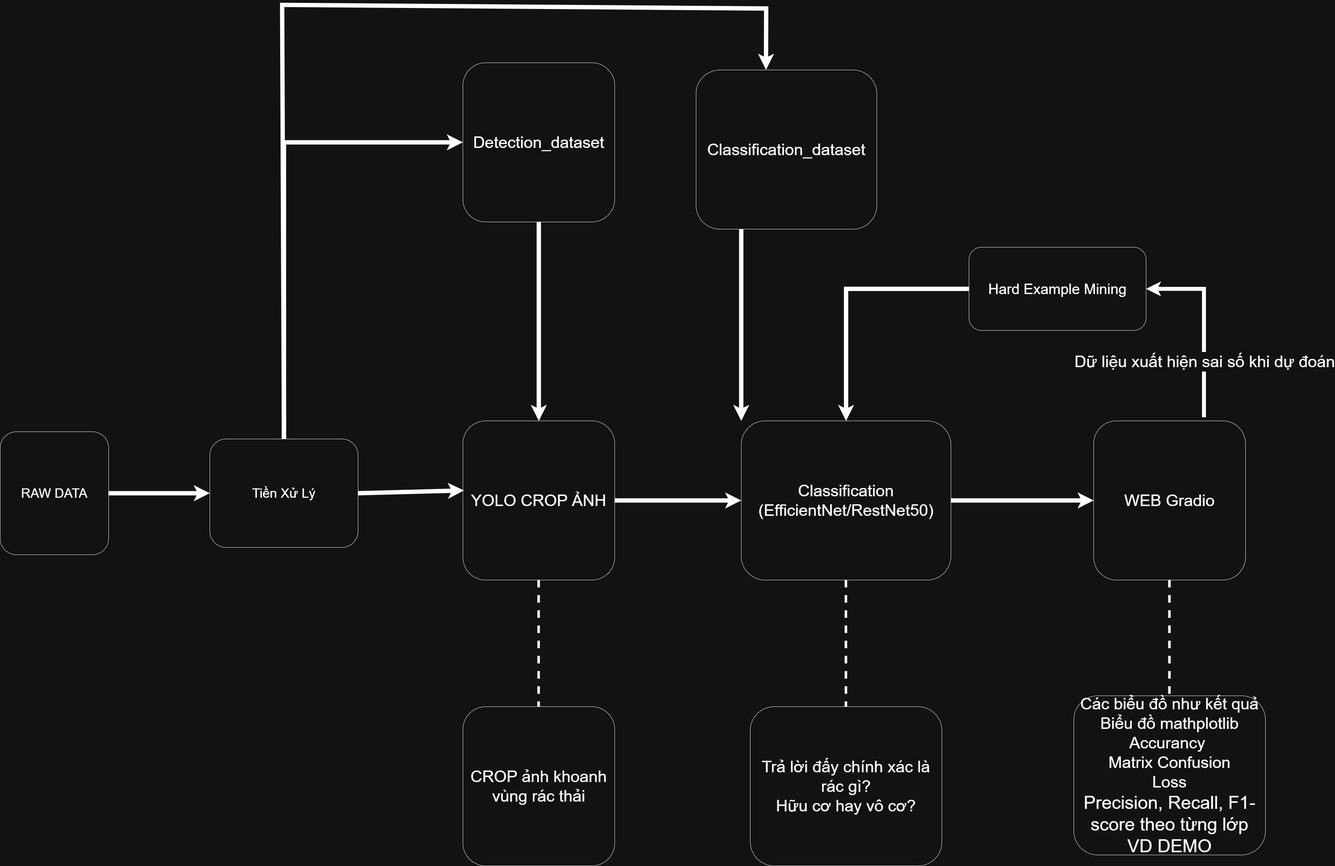
The draw.io diagram assets/pipeline_overview.png in Vassy63/Waste-classification-n-detection-2526, before a commit. Source tidied: cells renumbered, new cells last; positions are measured from the earlier drawing's top-left corner, leaving out a move shared by most shapes.
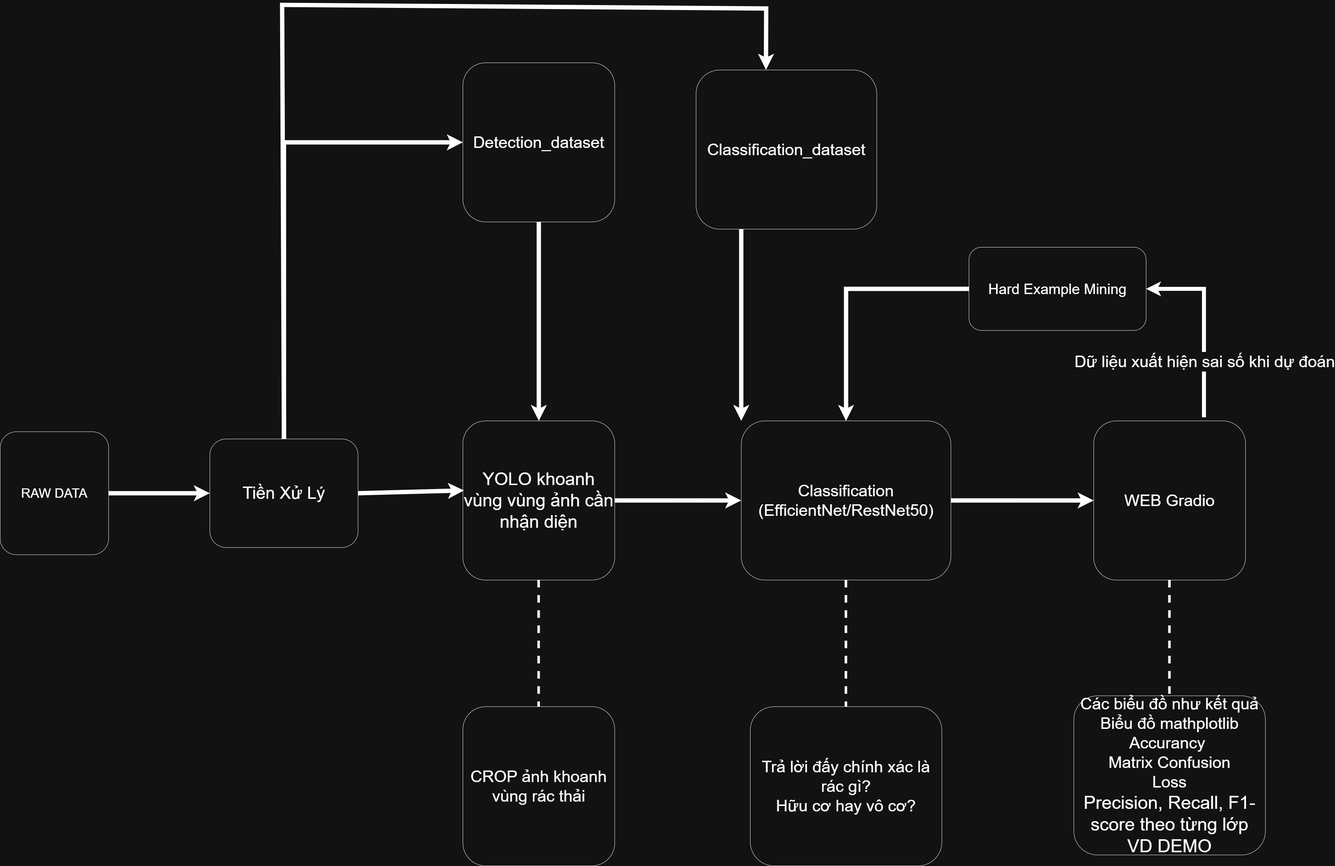
After the commit.

Change to the diagram source:
```diff
@@ -5,10 +5,10 @@
     <mxCell id="2" value="&lt;font style=&quot;font-size: 36px;&quot;&gt;RAW DATA&lt;/font&gt;" style="rounded=1;whiteSpace=wrap;html=1;" parent="1" vertex="1">
       <mxGeometry y="1180" width="300" height="340" as="geometry" />
     </mxCell>
-    <mxCell id="3" value="&lt;font style=&quot;font-size: 36px;&quot;&gt;Tiền Xử Lý&lt;/font&gt;" style="rounded=1;whiteSpace=wrap;html=1;" parent="1" vertex="1">
+    <mxCell id="3" value="&lt;font style=&quot;font-size: 47px;&quot;&gt;Tiền Xử Lý&lt;/font&gt;" style="rounded=1;whiteSpace=wrap;html=1;" parent="1" vertex="1">
       <mxGeometry x="580" y="1200" width="410" height="300" as="geometry" />
     </mxCell>
-    <mxCell id="4" value="&lt;font style=&quot;font-size: 45px;&quot;&gt;YOLO CROP ẢNH&lt;/font&gt;" style="rounded=1;whiteSpace=wrap;html=1;" parent="1" vertex="1">
+    <mxCell id="4" value="&lt;font style=&quot;font-size: 49px;&quot;&gt;YOLO khoanh vùng vùng ảnh cần nhận diện&lt;/font&gt;" style="rounded=1;whiteSpace=wrap;html=1;" parent="1" vertex="1">
       <mxGeometry x="1280" y="1150" width="420" height="440" as="geometry" />
     </mxCell>
     <mxCell id="5" value="&lt;font style=&quot;font-size: 45px;&quot;&gt;Classification (EfficientNet/RestNet50)&lt;/font&gt;" style="rounded=1;whiteSpace=wrap;html=1;" parent="1" vertex="1">
```
